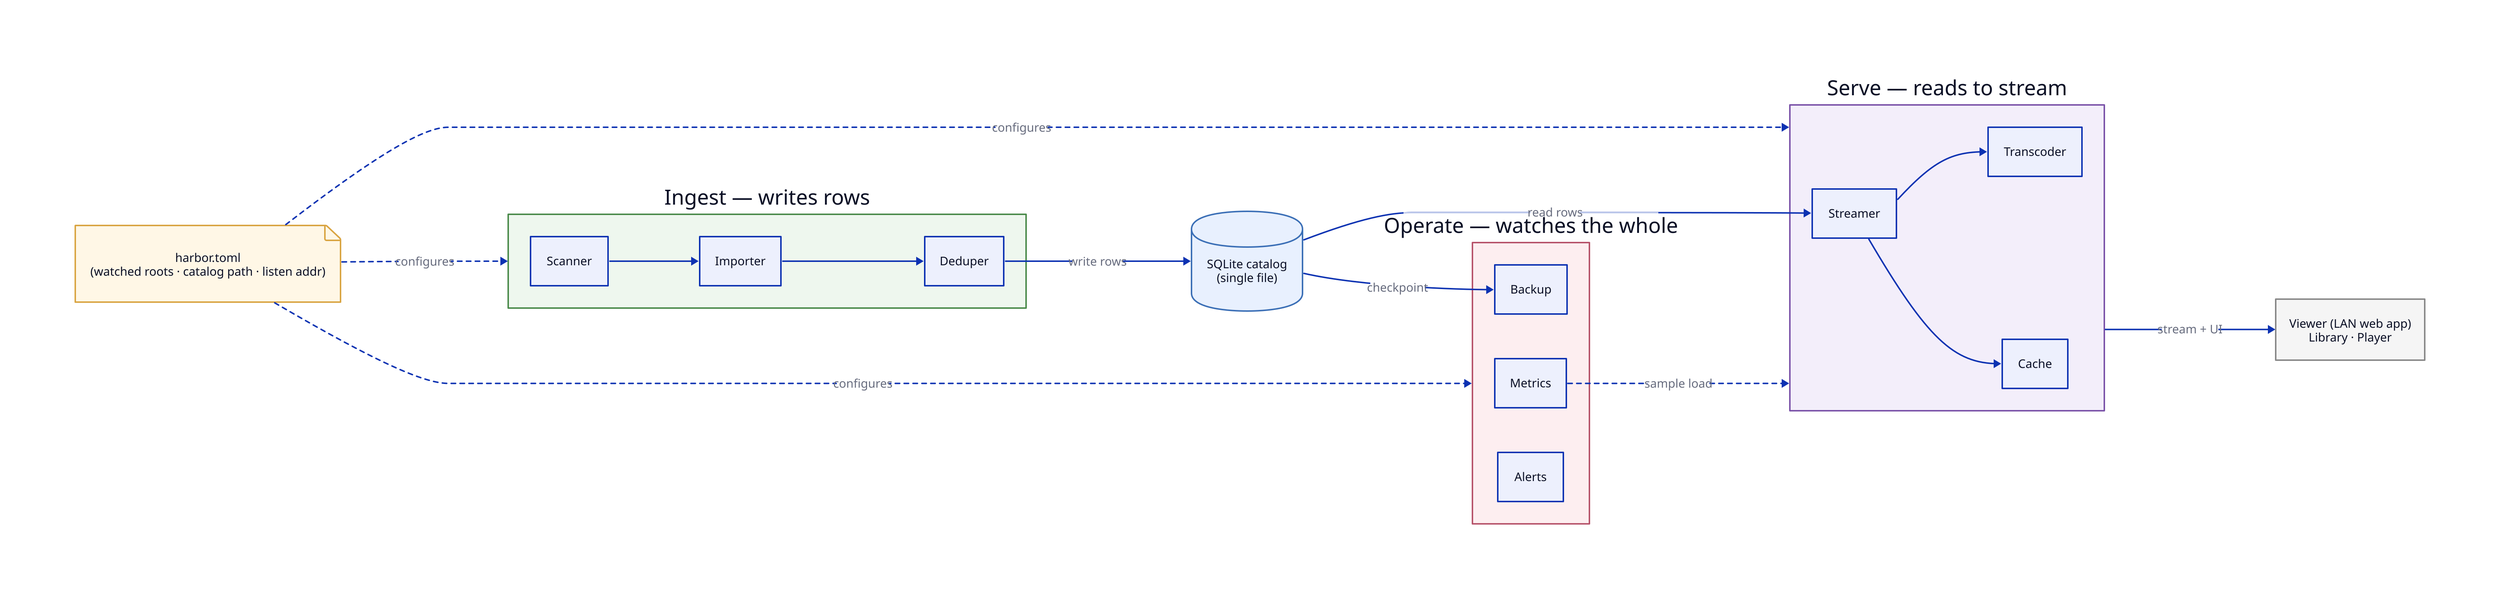
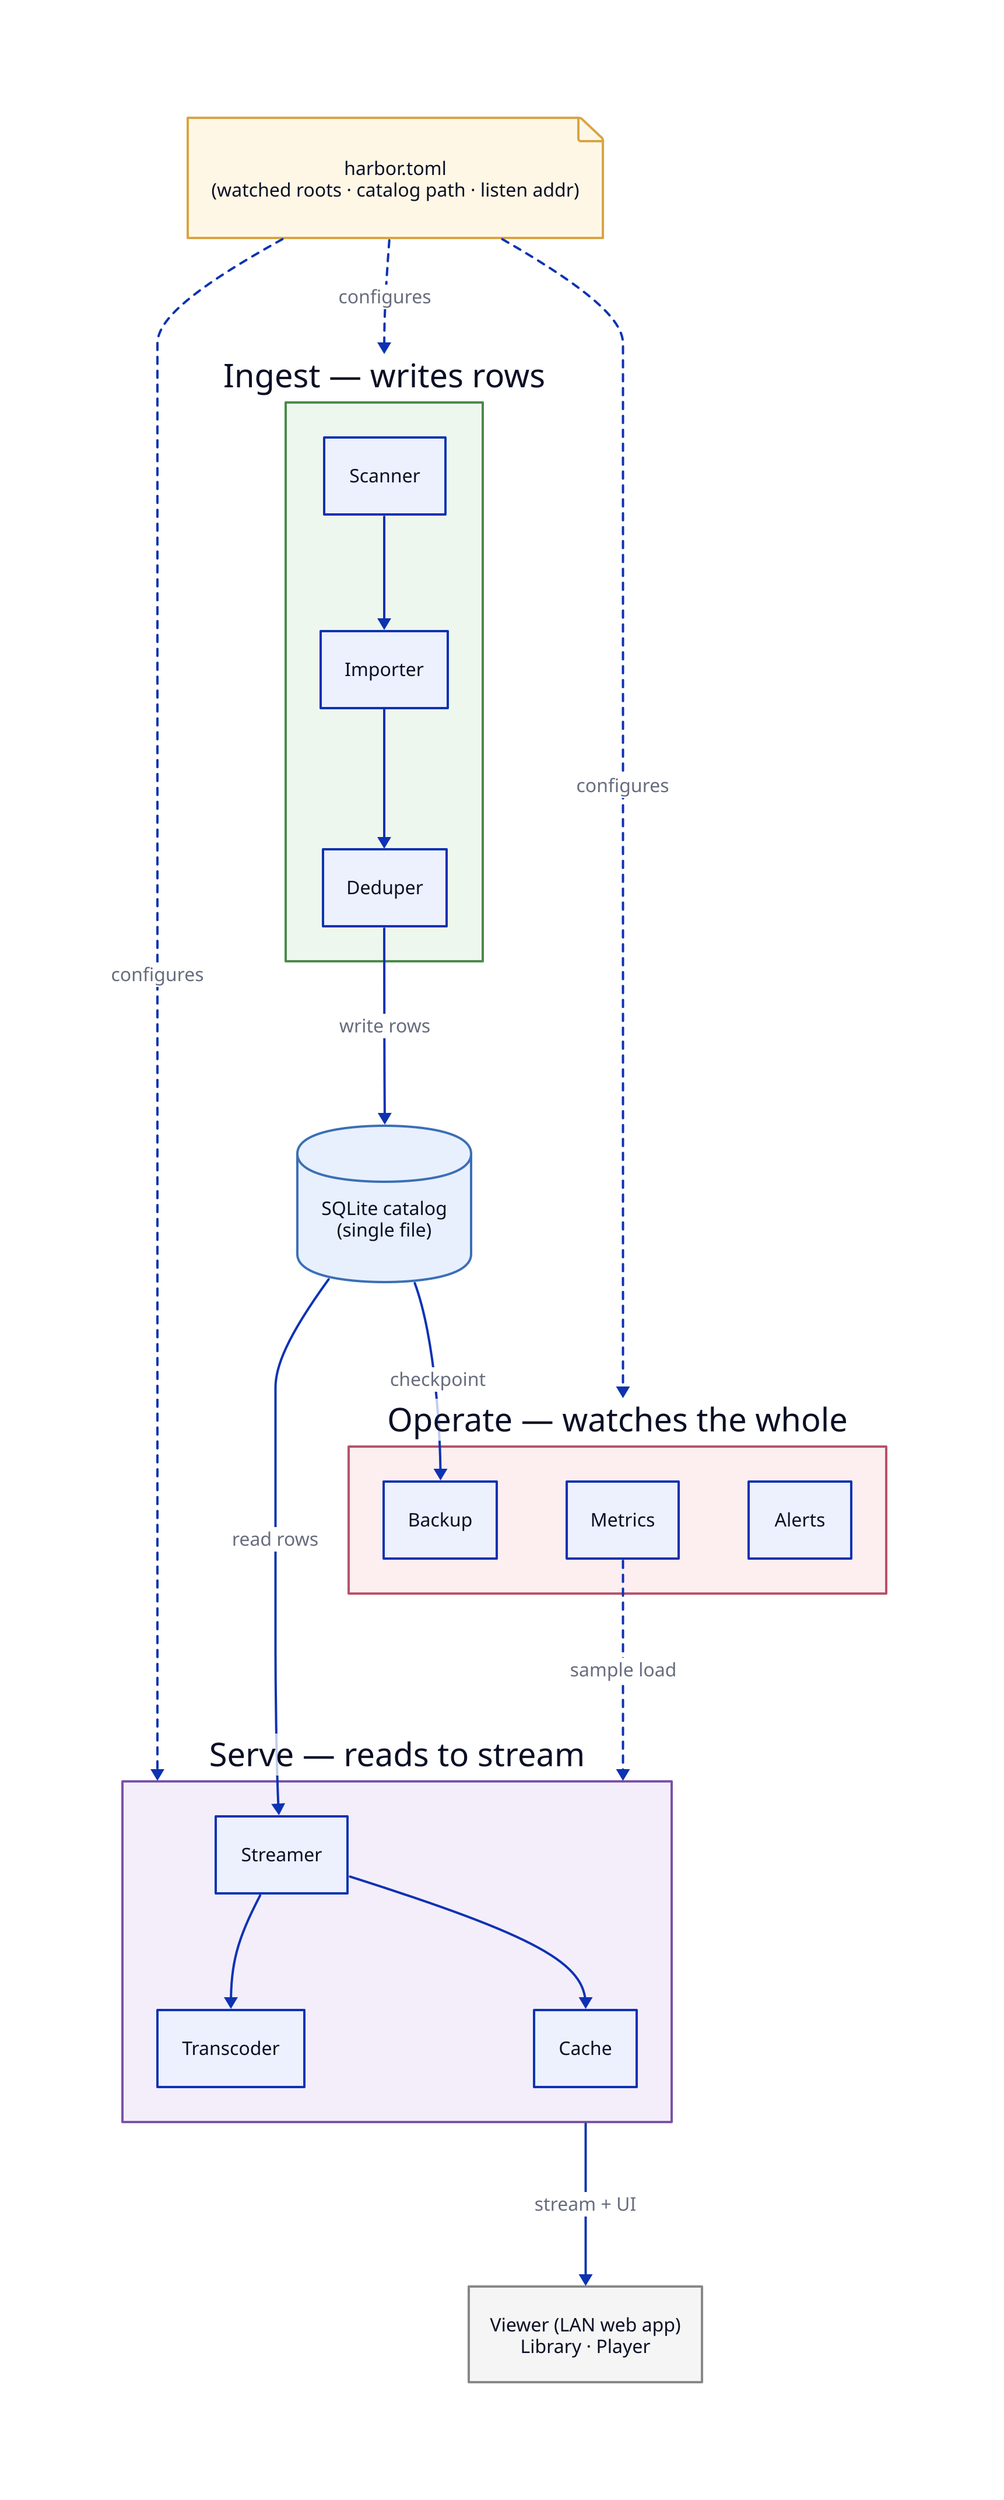
# HBR Architecture — three pipelines meeting at the SQLite catalog.
# Source of truth for HBR Architecture.svg. Render:
#   d2 "HBR Architecture.d2" "HBR Architecture.svg"

- direction: right
+ direction: down

config: {
  label: "harbor.toml\n(watched roots · catalog path · listen addr)"
  shape: page
  style.fill: "#fff7e6"
  style.stroke: "#d9a441"
}

catalog: {
  label: "SQLite catalog\n(single file)"
  shape: cylinder
  style.fill: "#e8f0fe"
  style.stroke: "#3b6fb6"
  style.bold: true
}

ingest: {
  label: "Ingest — writes rows"
+   direction: right
  style.fill: "#eef7ee"
  style.stroke: "#4a8a4a"
  scanner: Scanner
  importer: Importer
  deduper: Deduper
  scanner -> importer -> deduper
}

serve: {
  label: "Serve — reads to stream"
+   direction: right
  style.fill: "#f3eefa"
  style.stroke: "#7a52a8"
  streamer: Streamer
  transcoder: Transcoder
  cache: Cache
  streamer -> transcoder
  streamer -> cache
}

operate: {
  label: "Operate — watches the whole"
+   direction: right
  style.fill: "#fdeef0"
  style.stroke: "#b6536a"
  backup: Backup
  metrics: Metrics
  alerts: Alerts
}

viewer: {
  label: "Viewer (LAN web app)\nLibrary · Player"
  shape: rectangle
  style.fill: "#f5f5f5"
  style.stroke: "#888888"
}

config -> ingest: configures {style.stroke-dash: 3}
config -> serve: configures {style.stroke-dash: 3}
config -> operate: configures {style.stroke-dash: 3}

ingest.deduper -> catalog: write rows
catalog -> serve.streamer: read rows
catalog -> operate.backup: checkpoint
operate.metrics -> serve: sample load {style.stroke-dash: 3}
serve -> viewer: stream + UI
